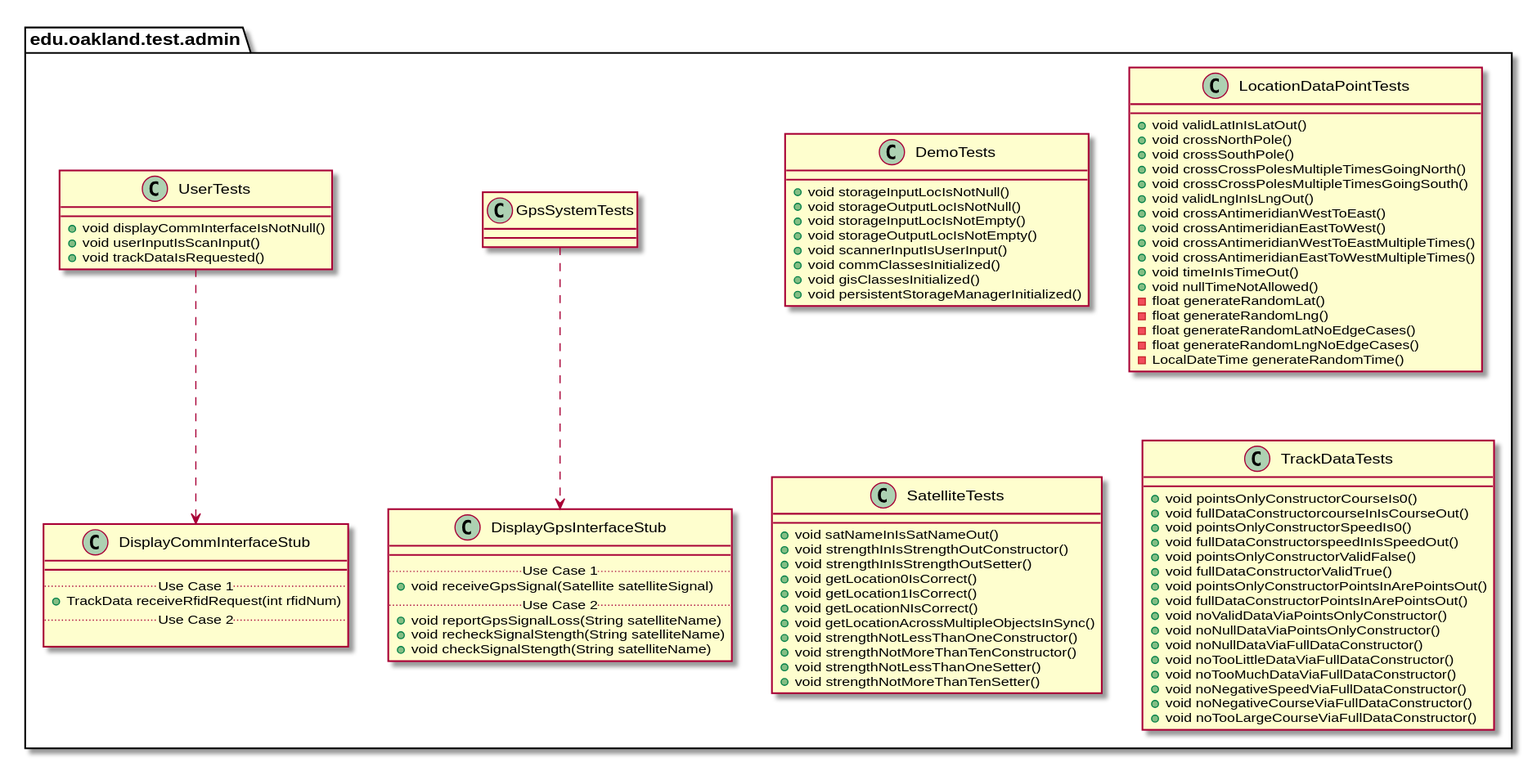
This is docs/uml-class-diagrams/admin/test/AdminTestPackage_InternalDependencies.svg from andrewdimmer/csi-3370-software-project, a PlantUML export, as it was before one commit.
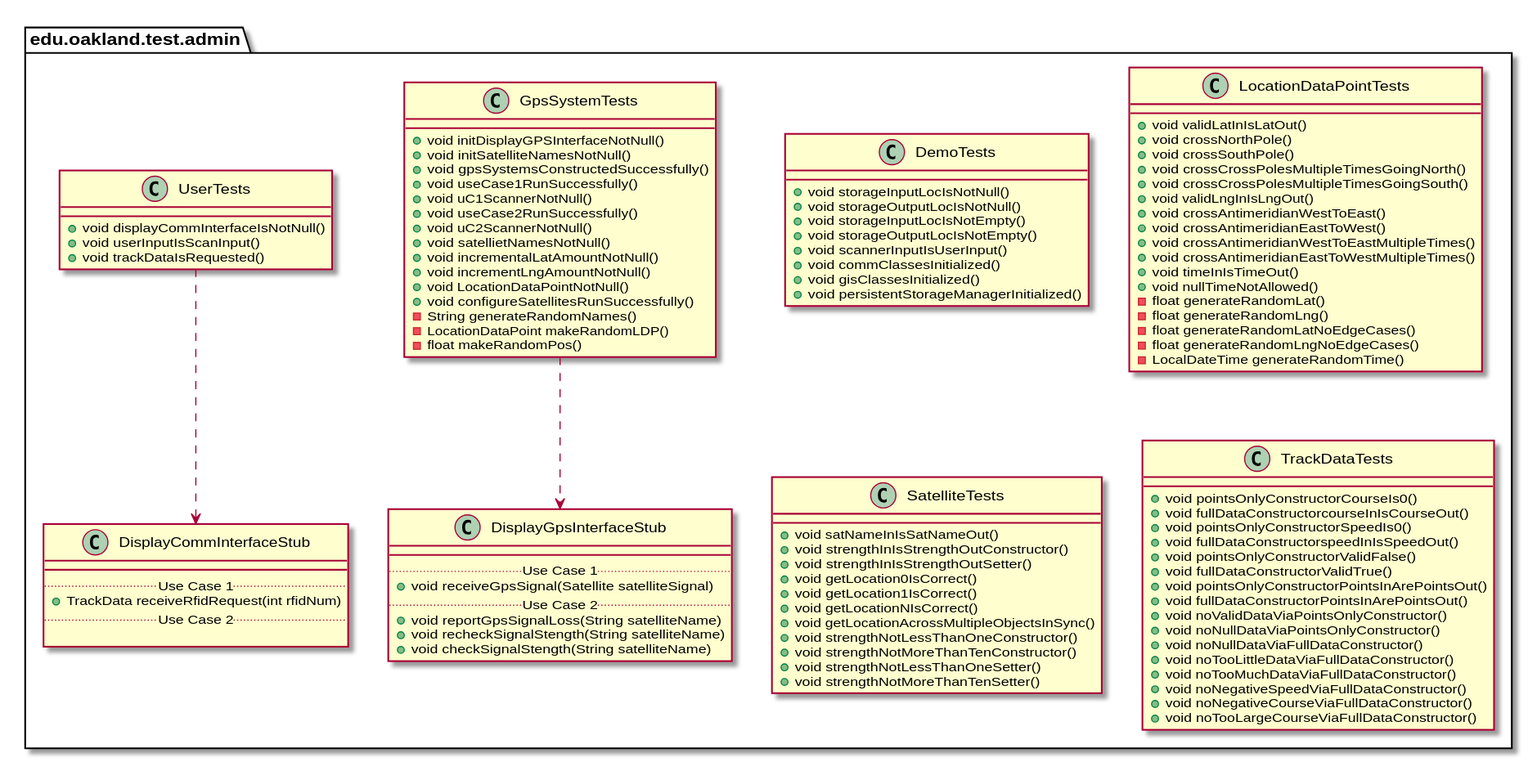
After the commit.

Diff of the diagram source:
```diff
@@ -21,7 +21,21 @@
 
 package edu.oakland.test.admin {
     class GpsSystemTests {
-
+        + void initDisplayGPSInterfaceNotNull()
+        + void initSatelliteNamesNotNull()
+        + void gpsSystemsConstructedSuccessfully()
+        + void useCase1RunSuccessfully()
+        + void uC1ScannerNotNull()
+        + void useCase2RunSuccessfully()
+        + void uC2ScannerNotNull()
+        + void satellietNamesNotNull()
+        + void incrementalLatAmountNotNull()
+        + void incrementLngAmountNotNull()
+        + void LocationDataPointNotNull()
+        + void configureSatellitesRunSuccessfully()
+        - String generateRandomNames()
+        - LocationDataPoint makeRandomLDP()
+        - float makeRandomPos()
     }
 }
 
```
